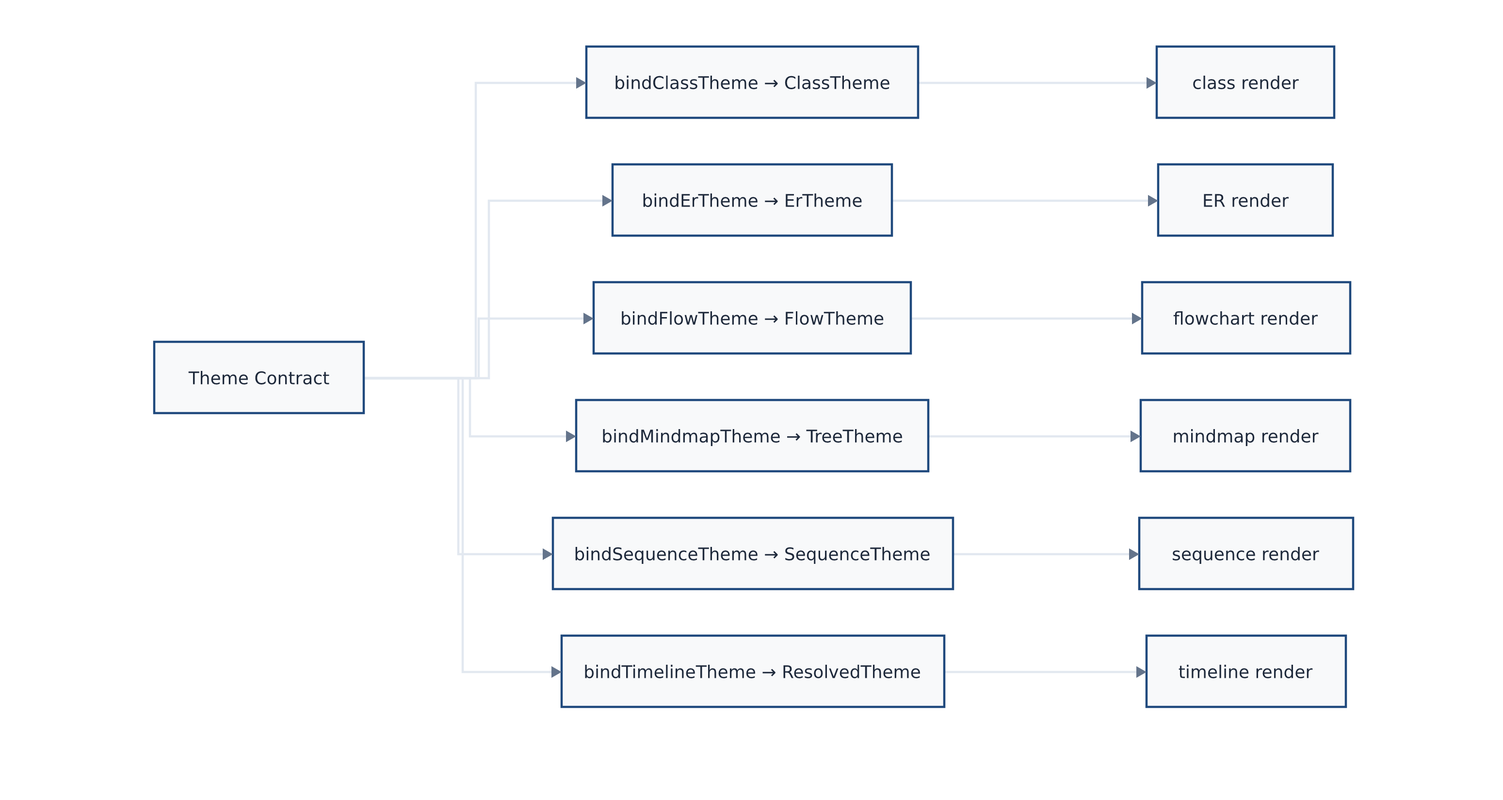
Above: design/figures/theme-contract.png in ormasoftchile/triton (Mermaid), before the change. Its source is kept beside it as design/figures/src/theme-contract.mmd. Source of this version:
```mermaid
---
theme: executive
---
flowchart LR
    TC["Theme Contract"]

    TC --> BF["bindFlowTheme → FlowTheme"]
    TC --> BS["bindSequenceTheme → SequenceTheme"]
    TC --> BT["bindTimelineTheme → ResolvedTheme"]
    TC --> BC["bindClassTheme → ClassTheme"]
    TC --> BE["bindErTheme → ErTheme"]
    TC --> BM["bindMindmapTheme → TreeTheme"]

    BF --> R1["flowchart render"]
    BS --> R2["sequence render"]
    BT --> R3["timeline render"]
    BC --> R4["class render"]
    BE --> R5["ER render"]
    BM --> R6["mindmap render"]
```
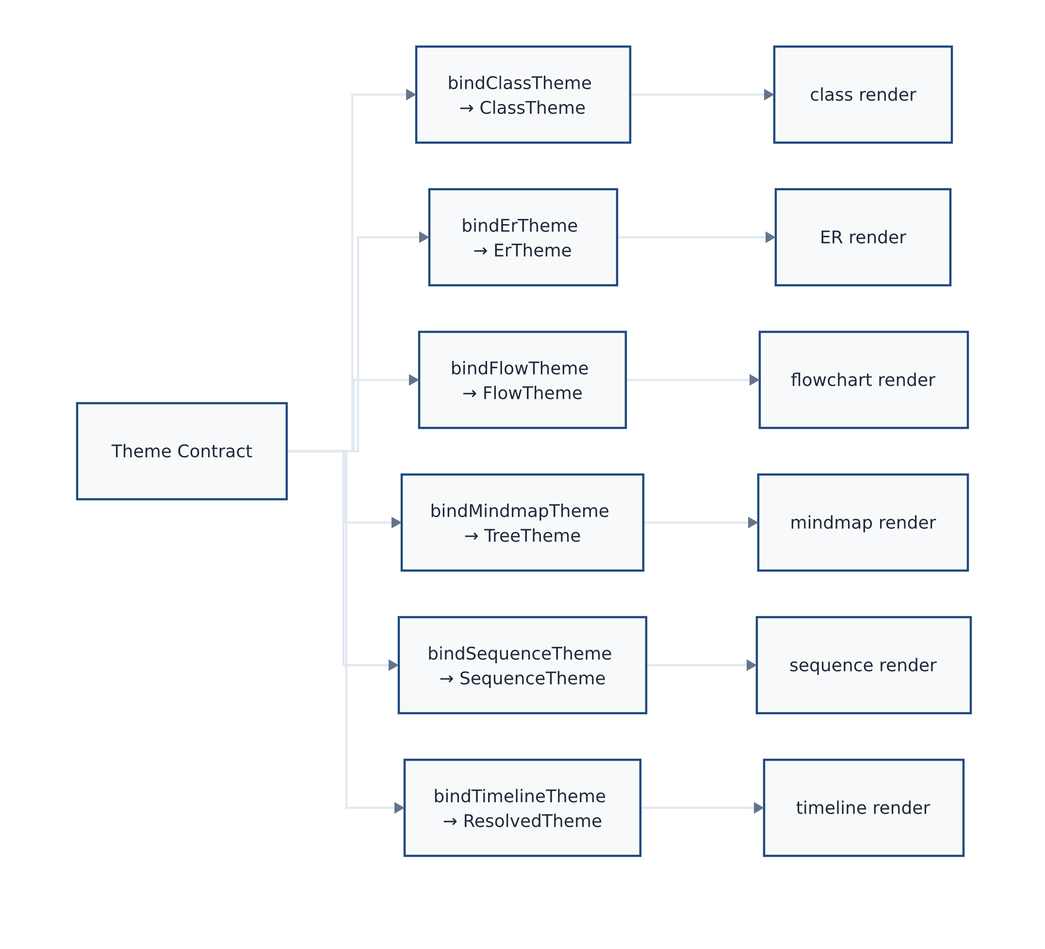
After the change.

Change to the diagram source:
```diff
@@ -4,12 +4,12 @@
 flowchart LR
     TC["Theme Contract"]
 
-    TC --> BF["bindFlowTheme → FlowTheme"]
-    TC --> BS["bindSequenceTheme → SequenceTheme"]
-    TC --> BT["bindTimelineTheme → ResolvedTheme"]
-    TC --> BC["bindClassTheme → ClassTheme"]
-    TC --> BE["bindErTheme → ErTheme"]
-    TC --> BM["bindMindmapTheme → TreeTheme"]
+    TC --> BF["bindFlowTheme<br>→ FlowTheme"]
+    TC --> BS["bindSequenceTheme<br>→ SequenceTheme"]
+    TC --> BT["bindTimelineTheme<br>→ ResolvedTheme"]
+    TC --> BC["bindClassTheme<br>→ ClassTheme"]
+    TC --> BE["bindErTheme<br>→ ErTheme"]
+    TC --> BM["bindMindmapTheme<br>→ TreeTheme"]
 
     BF --> R1["flowchart render"]
     BS --> R2["sequence render"]
```
